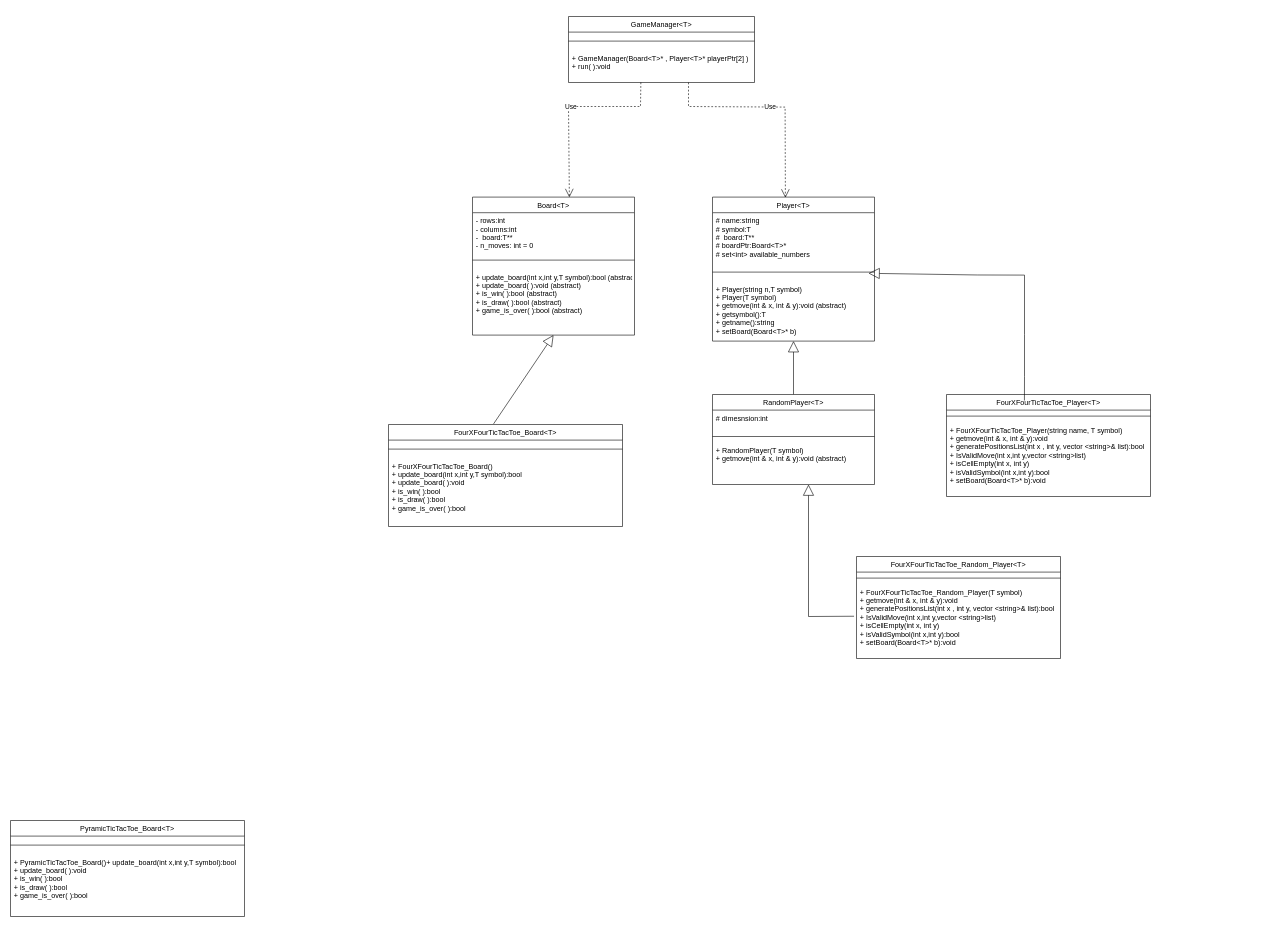
AbdullahSharaawy/TicTacToe_Games keeps this draw.io diagram as BoardGameClasses.drawio. Above is the earlier version. Source tidied: cells renumbered, new cells numbered last; positions are measured from the earlier drawing's top-left corner, leaving out a move shared by most shapes. Both pictures are drawn from the tidied source at 60%, with x=0, y=0 at pixel (10, 16).
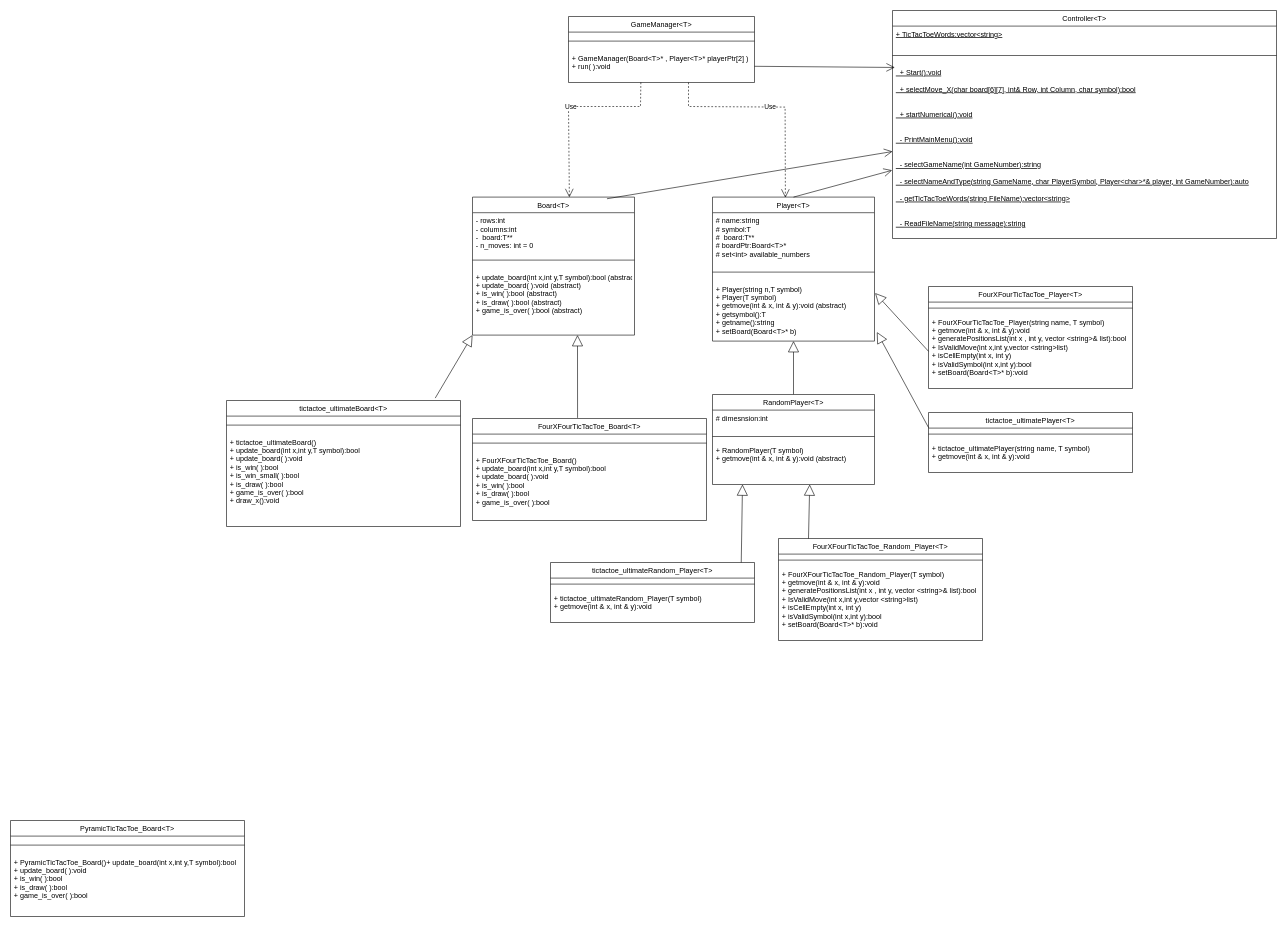
After the change.

The change refers to these unchanged cells:
```xml
<mxCell id="2" value="Board&lt;T&gt;" style="swimlane;fontStyle=0;align=center;verticalAlign=top;horizontal=1;startSize=26;rounded=0;shadow=0;strokeWidth=1;" parent="1" vertex="1">
  <mxGeometry x="770" y="301" width="270" height="230" as="geometry" />
</mxCell>
<mxCell id="6" value="Player&lt;T&gt;" style="swimlane;fontStyle=0;align=center;verticalAlign=top;horizontal=1;startSize=26;rounded=0;shadow=0;strokeWidth=1;" parent="1" vertex="1">
  <mxGeometry x="1170" y="301" width="270" height="240" as="geometry" />
</mxCell>
<mxCell id="8" style="line;html=1;strokeWidth=1;align=left;verticalAlign=middle;spacingTop=-1;spacingLeft=3;spacingRight=3;labelPosition=right;points=[];portConstraint=eastwest;" parent="6" vertex="1">
  <mxGeometry y="110" width="270" height="30" as="geometry" />
</mxCell>
<mxCell id="9" value="+ Player(string n,T symbol)&#10;+ Player(T symbol)&#10;+ getmove(int &amp; x, int &amp; y):void (abstract)&#10;+ getsymbol():T&#10;+ getname():string&#10;+ setBoard(Board&lt;T&gt;* b)" style="text;align=left;verticalAlign=top;spacingLeft=4;spacingRight=4;overflow=hidden;points=[[0,0.5],[1,0.5]];portConstraint=eastwest;" parent="6" vertex="1">
  <mxGeometry y="140" width="270" height="100" as="geometry" />
</mxCell>
<mxCell id="17" value="+ GameManager(Board&lt;T&gt;* , Player&lt;T&gt;* playerPtr[2] )&#10;+ run( ):void" style="text;align=left;verticalAlign=top;spacingLeft=4;spacingRight=4;overflow=hidden;points=[[0,0.5],[1,0.5]];portConstraint=eastwest;" parent="15" vertex="1">
  <mxGeometry y="56" width="310" height="54" as="geometry" />
</mxCell>
<mxCell id="29" value="+ FourXFourTicTacToe_Random_Player(T symbol)&#10;+ getmove(int &amp; x, int &amp; y):void &#10;+ generatePositionsList(int x , int y, vector &lt;string&gt;&amp; list):bool&#10;+ IsValidMove(int x,int y,vector &lt;string&gt;list)&#10;+ isCellEmpty(int x, int y)&#10;+ isValidSymbol(int x,int y):bool&#10;+ setBoard(Board&lt;T&gt;* b):void" style="text;align=left;verticalAlign=top;spacingLeft=4;spacingRight=4;overflow=hidden;points=[[0,0.5],[1,0.5]];portConstraint=eastwest;" parent="27" vertex="1">
  <mxGeometry y="46" width="340" height="124" as="geometry" />
</mxCell>
<mxCell id="33" value="+ FourXFourTicTacToe_Player(string name, T symbol)&#10;+ getmove(int &amp; x, int &amp; y):void &#10;+ generatePositionsList(int x , int y, vector &lt;string&gt;&amp; list):bool&#10;+ IsValidMove(int x,int y,vector &lt;string&gt;list)&#10;+ isCellEmpty(int x, int y)&#10;+ isValidSymbol(int x,int y):bool&#10;+ setBoard(Board&lt;T&gt;* b):void" style="text;align=left;verticalAlign=top;spacingLeft=4;spacingRight=4;overflow=hidden;points=[[0,0.5],[1,0.5]];portConstraint=eastwest;" parent="31" vertex="1">
  <mxGeometry y="46" width="340" height="124" as="geometry" />
</mxCell>
```

Diff of the diagram source:
```diff
@@
     <mxCell id="23" value="FourXFourTicTacToe_Board&lt;T&gt;" style="swimlane;fontStyle=0;align=center;verticalAlign=top;horizontal=1;startSize=26;rounded=0;shadow=0;strokeWidth=1;" parent="1" vertex="1">
-      <mxGeometry x="630" y="680" width="390" height="170" as="geometry" />
+      <mxGeometry x="770" y="670" width="390" height="170" as="geometry" />
     </mxCell>
@@
-    <mxCell id="26" style="endArrow=block;endSize=16;endFill=0;html=1;rounded=0;exitX=0.449;exitY=-0.006;exitDx=0;exitDy=0;exitPerimeter=0;entryX=0.5;entryY=1;entryDx=0;entryDy=0;" parent="1" edge="1" source="23" target="2">
-      <mxGeometry relative="1" as="geometry" />
+    <mxCell id="26" style="endArrow=block;endSize=16;endFill=0;html=1;rounded=0;exitX=0.449;exitY=-0.006;exitDx=0;exitDy=0;exitPerimeter=0;" parent="1" edge="1" source="23">
+      <mxGeometry relative="1" as="geometry">
+        <mxPoint x="945" y="531" as="targetPoint" />
+      </mxGeometry>
     </mxCell>
     <mxCell id="27" value="FourXFourTicTacToe_Random_Player&lt;T&gt;" style="swimlane;fontStyle=0;align=center;verticalAlign=top;horizontal=1;startSize=26;rounded=0;shadow=0;strokeWidth=1;" parent="1" vertex="1">
-      <mxGeometry x="1410" y="900" width="340" height="170" as="geometry" />
+      <mxGeometry x="1280" y="870" width="340" height="170" as="geometry" />
     </mxCell>
@@
-    <mxCell id="30" style="endArrow=block;endSize=16;endFill=0;html=1;rounded=0;exitX=-0.012;exitY=0.432;exitDx=0;exitDy=0;exitPerimeter=0;" parent="1" edge="1" source="29">
-      <mxGeometry relative="1" as="geometry">
-        <mxPoint x="1330" y="780" as="targetPoint" />
-        <Array as="points">
-          <mxPoint x="1330" y="1000" />
-        </Array>
-      </mxGeometry>
-    </mxCell>
     <mxCell id="31" value="FourXFourTicTacToe_Player&lt;T&gt;" style="swimlane;fontStyle=0;align=center;verticalAlign=top;horizontal=1;startSize=26;rounded=0;shadow=0;strokeWidth=1;" parent="1" vertex="1">
-      <mxGeometry x="1560" y="630" width="340" height="170" as="geometry" />
+      <mxGeometry x="1530" y="450" width="340" height="170" as="geometry" />
     </mxCell>
@@
-    <mxCell id="34" style="endArrow=block;endSize=16;endFill=0;html=1;rounded=0;entryX=0.963;entryY=0.567;entryDx=0;entryDy=0;entryPerimeter=0;exitX=0.382;exitY=0.059;exitDx=0;exitDy=0;exitPerimeter=0;" parent="1" edge="1" source="31" target="8">
-      <mxGeometry relative="1" as="geometry">
-        <Array as="points">
-          <mxPoint x="1690" y="600" />
-          <mxPoint x="1690" y="530" />
-          <mxPoint x="1690" y="431" />
-          <mxPoint x="1611.3" y="430.8" />
-        </Array>
-      </mxGeometry>
-    </mxCell>
+    <mxCell id="35" value="tictactoe_ultimateBoard&lt;T&gt;" style="swimlane;fontStyle=0;align=center;verticalAlign=top;horizontal=1;startSize=26;rounded=0;shadow=0;strokeWidth=1;" parent="1" vertex="1">
+      <mxGeometry x="360" y="640" width="390" height="210" as="geometry" />
+    </mxCell>
+    <mxCell id="36" style="line;html=1;strokeWidth=1;align=left;verticalAlign=middle;spacingTop=-1;spacingLeft=3;spacingRight=3;labelPosition=right;" parent="35" vertex="1">
+      <mxGeometry y="26" width="390" height="30" as="geometry" />
+    </mxCell>
+    <mxCell id="37" value="+ tictactoe_ultimateBoard()&#10;+ update_board(int x,int y,T symbol):bool  &#10;+ update_board( ):void &#10;+ is_win( ):bool &#10;+ is_win_small( ):bool&#10;+ is_draw( ):bool &#10;+ game_is_over( ):bool &#10;+ draw_x():void&#10;" style="text;align=left;verticalAlign=top;spacingLeft=4;spacingRight=4;overflow=hidden;" parent="35" vertex="1">
+      <mxGeometry y="56" width="390" height="154" as="geometry" />
+    </mxCell>
+    <mxCell id="38" value="tictactoe_ultimateRandom_Player&lt;T&gt;" style="swimlane;fontStyle=0;align=center;verticalAlign=top;horizontal=1;startSize=26;rounded=0;shadow=0;strokeWidth=1;" parent="1" vertex="1">
+      <mxGeometry x="900" y="910" width="340" height="100" as="geometry" />
+    </mxCell>
+    <mxCell id="39" style="line;html=1;strokeWidth=1;align=left;verticalAlign=middle;spacingTop=-1;spacingLeft=3;spacingRight=3;labelPosition=right;" parent="38" vertex="1">
+      <mxGeometry y="26" width="340" height="20" as="geometry" />
+    </mxCell>
+    <mxCell id="40" value="+ tictactoe_ultimateRandom_Player(T symbol)&#10;+ getmove(int &amp; x, int &amp; y):void &#10;" style="text;align=left;verticalAlign=top;spacingLeft=4;spacingRight=4;overflow=hidden;" parent="38" vertex="1">
+      <mxGeometry y="46" width="340" height="54" as="geometry" />
+    </mxCell>
+    <mxCell id="41" style="endArrow=block;endSize=16;endFill=0;html=1;rounded=0;entryX=0.5;entryY=1;entryDx=0;entryDy=0;exitX=0.935;exitY=0;exitDx=0;exitDy=0;exitPerimeter=0;" parent="1" edge="1" source="38">
+      <mxGeometry relative="1" as="geometry">
+        <mxPoint x="1220" y="780" as="targetPoint" />
+      </mxGeometry>
+    </mxCell>
+    <mxCell id="42" style="endArrow=block;endSize=16;endFill=0;html=1;rounded=0;exitX=0.892;exitY=-0.019;exitDx=0;exitDy=0;exitPerimeter=0;entryX=0;entryY=1;entryDx=0;entryDy=0;" parent="1" edge="1" source="35" target="2">
+      <mxGeometry relative="1" as="geometry" />
+    </mxCell>
+    <mxCell id="43" style="endArrow=block;endSize=16;endFill=0;html=1;rounded=0;" parent="1" edge="1">
+      <mxGeometry relative="1" as="geometry">
+        <mxPoint x="1330" y="870" as="sourcePoint" />
+        <mxPoint x="1332" y="780" as="targetPoint" />
+      </mxGeometry>
+    </mxCell>
+    <mxCell id="44" value="tictactoe_ultimatePlayer&lt;T&gt;" style="swimlane;fontStyle=0;align=center;verticalAlign=top;horizontal=1;startSize=26;rounded=0;shadow=0;strokeWidth=1;" parent="1" vertex="1">
+      <mxGeometry x="1530" y="660" width="340" height="100" as="geometry" />
+    </mxCell>
+    <mxCell id="45" style="line;html=1;strokeWidth=1;align=left;verticalAlign=middle;spacingTop=-1;spacingLeft=3;spacingRight=3;labelPosition=right;" parent="44" vertex="1">
+      <mxGeometry y="26" width="340" height="20" as="geometry" />
+    </mxCell>
+    <mxCell id="46" value="+ tictactoe_ultimatePlayer(string name, T symbol)&#10;+ getmove(int &amp; x, int &amp; y):void &#10;" style="text;align=left;verticalAlign=top;spacingLeft=4;spacingRight=4;overflow=hidden;" parent="44" vertex="1">
+      <mxGeometry y="46" width="340" height="54" as="geometry" />
+    </mxCell>
+    <mxCell id="47" style="endArrow=block;endSize=16;endFill=0;html=1;rounded=0;exitX=0;exitY=0.25;exitDx=0;exitDy=0;entryX=1.015;entryY=0.85;entryDx=0;entryDy=0;entryPerimeter=0;" parent="1" edge="1" source="44" target="9">
+      <mxGeometry relative="1" as="geometry" />
+    </mxCell>
+    <mxCell id="48" style="endArrow=block;endSize=16;endFill=0;html=1;rounded=0;entryX=1.004;entryY=0.2;entryDx=0;entryDy=0;entryPerimeter=0;exitX=0;exitY=0.5;exitDx=0;exitDy=0;" parent="1" edge="1" source="33" target="9">
+      <mxGeometry relative="1" as="geometry" />
+    </mxCell>
+    <mxCell id="49" value="Controller&lt;T&gt;" style="swimlane;fontStyle=0;align=center;verticalAlign=top;horizontal=1;startSize=26;rounded=0;shadow=0;strokeWidth=1;" parent="1" vertex="1">
+      <mxGeometry x="1470" y="-10" width="640" height="380" as="geometry" />
+    </mxCell>
+    <mxCell id="50" value="+ TicTacToeWords:vector&lt;string&gt;" style="text;align=left;verticalAlign=top;spacingLeft=4;spacingRight=4;overflow=hidden;fontStyle=4;" parent="49" vertex="1">
+      <mxGeometry y="26" width="640" height="34" as="geometry" />
+    </mxCell>
+    <mxCell id="51" style="line;html=1;strokeWidth=1;align=left;verticalAlign=middle;spacingTop=-1;spacingLeft=3;spacingRight=3;labelPosition=right;" parent="49" vertex="1">
+      <mxGeometry y="60" width="640" height="30" as="geometry" />
+    </mxCell>
+    <mxCell id="52" value="  + Start():void&#10;&#10;  + selectMove_X(char board[6][7], int&amp; Row, int Column, char symbol):bool&#10;&#10;&#10;  + startNumerical():void&#10;&#10;&#10;  - PrintMainMenu():void&#10;&#10;&#10;  - selectGameName(int GameNumber):string&#10;&#10;  - selectNameAndType(string GameName, char PlayerSymbol, Player&lt;char&gt;*&amp; player, int GameNumber):auto&#10;&#10;  - getTicTacToeWords(string FileName):vector&lt;string&gt;&#10;&#10;&#10;  - ReadFileName(string message):string" style="text;align=left;verticalAlign=top;spacingLeft=4;spacingRight=4;overflow=hidden;points=[[0,0.5],[1,0.5]];portConstraint=eastwest;fontStyle=4;" parent="49" vertex="1">
+      <mxGeometry y="90" width="640" height="290" as="geometry" />
+    </mxCell>
+    <mxCell id="53" style="endArrow=open;endFill=1;endSize=12;html=1;rounded=0;exitX=1;exitY=0.5;exitDx=0;exitDy=0;entryX=0.006;entryY=0.017;entryDx=0;entryDy=0;entryPerimeter=0;" parent="1" edge="1" source="17" target="52">
+      <mxGeometry relative="1" as="geometry" />
+    </mxCell>
+    <mxCell id="54" style="endArrow=open;endFill=1;endSize=12;html=1;rounded=0;exitX=0.5;exitY=0;exitDx=0;exitDy=0;entryX=-0.001;entryY=0.608;entryDx=0;entryDy=0;entryPerimeter=0;" parent="1" edge="1" source="6" target="52">
+      <mxGeometry relative="1" as="geometry" />
+    </mxCell>
+    <mxCell id="55" style="endArrow=open;endFill=1;endSize=12;html=1;rounded=0;exitX=0.83;exitY=0.012;exitDx=0;exitDy=0;entryX=0;entryY=0.5;entryDx=0;entryDy=0;exitPerimeter=0;" parent="1" edge="1" source="2" target="52">
+      <mxGeometry relative="1" as="geometry" />
+    </mxCell>
```
